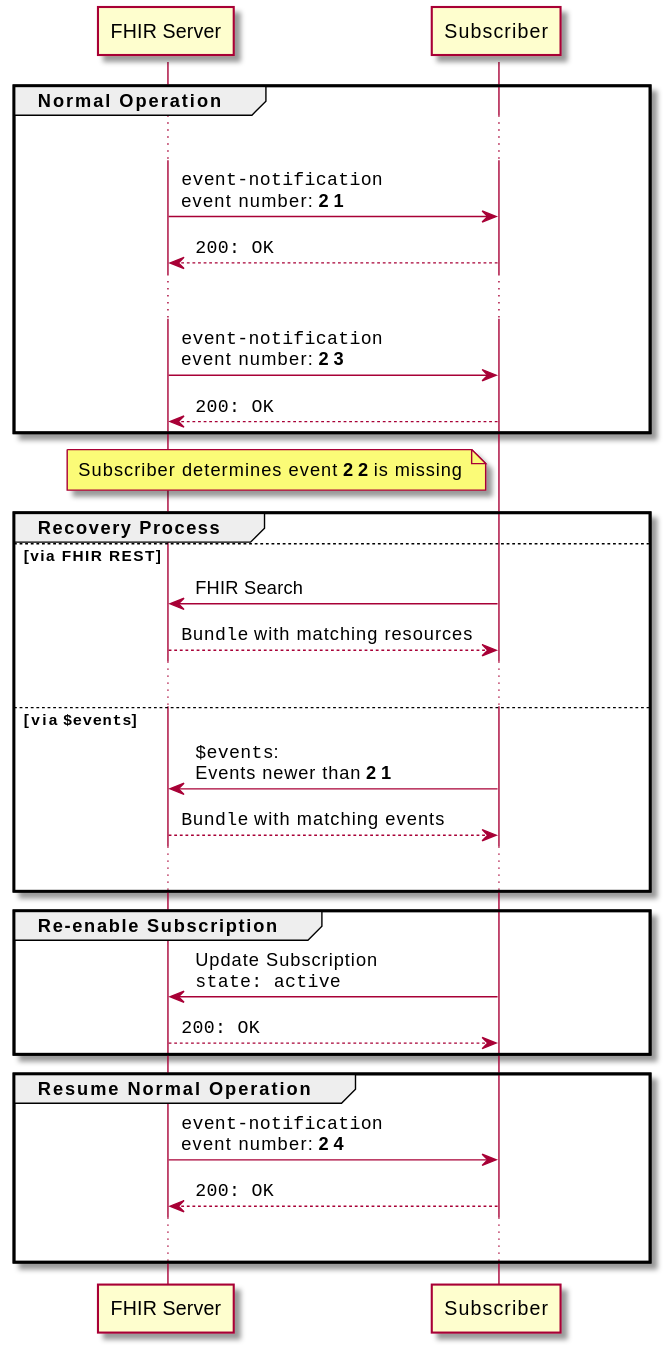
Before: images/subscriptions/subscription-error-missing-event.svg, a diagram exported from PlantUML (HL7/fhir). Its diagram source:
```plantuml
@startuml
skinparam NoteTextAlignment left
skinparam Padding 2
skinparam ParticipantPadding 50
skinparam LifelineStrategy solid

participant "FHIR Server" as S
participant Subscriber    as C

group Normal Operation
  ...
  S -> C: ""event-notification""\nevent number: **21**
  return ""200: OK""
  ...
  S -> C: ""event-notification""\nevent number: **23**
  return ""200: OK""
end

note left of C
  Subscriber determines event **22** is missing
end note

group Recovery Process
else via FHIR REST
  C -> S: FHIR Search
  return ""Bundle"" with matching resources
  ...
else via ""$events""
  C -> S: ""$events"":\nEvents newer than **21**
  return ""Bundle"" with matching events
  ...

end

group Re-enable Subscription
  C -> S:Update Subscription\n""state: active""
  return ""200: OK""
end

group Resume Normal Operation
  S -> C: ""event-notification""\nevent number: **24**
  return ""200: OK""
  ...
end
@enduml
```
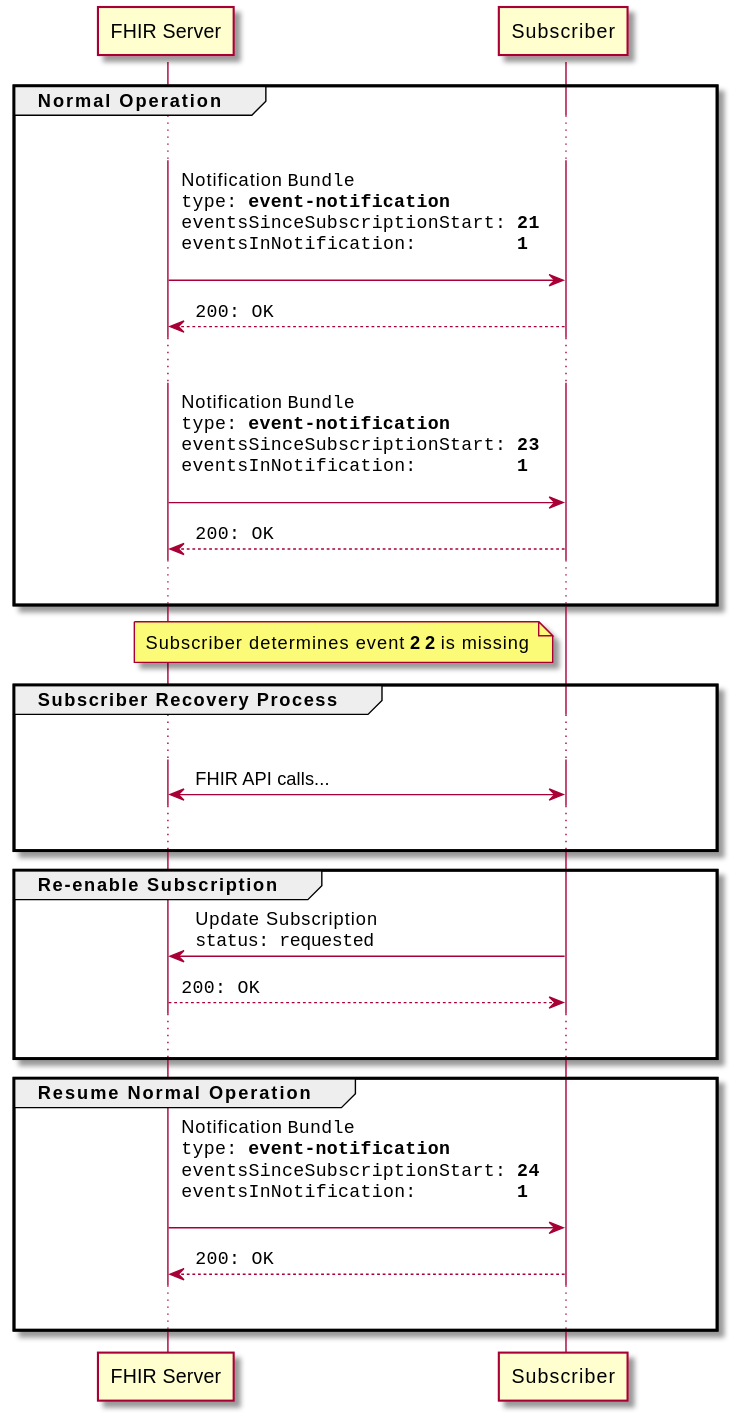
Later version of the same file.

What changed in the source:
```diff
@@ -9,36 +9,32 @@
 
 group Normal Operation
   ...
-  S -> C: ""event-notification""\nevent number: **21**
+  S -> C: Notification ""Bundle""\n""type: **event-notification**""\n""eventsSinceSubscriptionStart: **21**""\n""eventsInNotification:         **1**""\n
   return ""200: OK""
   ...
-  S -> C: ""event-notification""\nevent number: **23**
+  S -> C: Notification ""Bundle""\n""type: **event-notification**""\n""eventsSinceSubscriptionStart: **23**""\n""eventsInNotification:         **1**""\n
   return ""200: OK""
+  ...
 end
 
 note left of C
   Subscriber determines event **22** is missing
 end note
 
-group Recovery Process
-else via FHIR REST
-  C -> S: FHIR Search
-  return ""Bundle"" with matching resources
+group Subscriber Recovery Process
   ...
-else via ""$events""
-  C -> S: ""$events"":\nEvents newer than **21**
-  return ""Bundle"" with matching events
+  C <-> S: FHIR API calls...
   ...
-
 end
 
 group Re-enable Subscription
-  C -> S:Update Subscription\n""state: active""
+  C -> S:Update Subscription\n""status: requested""
   return ""200: OK""
+  ...
 end
 
 group Resume Normal Operation
-  S -> C: ""event-notification""\nevent number: **24**
+  S -> C: Notification ""Bundle""\n""type: **event-notification**""\n""eventsSinceSubscriptionStart: **24**""\n""eventsInNotification:         **1**""\n
   return ""200: OK""
   ...
 end
```
